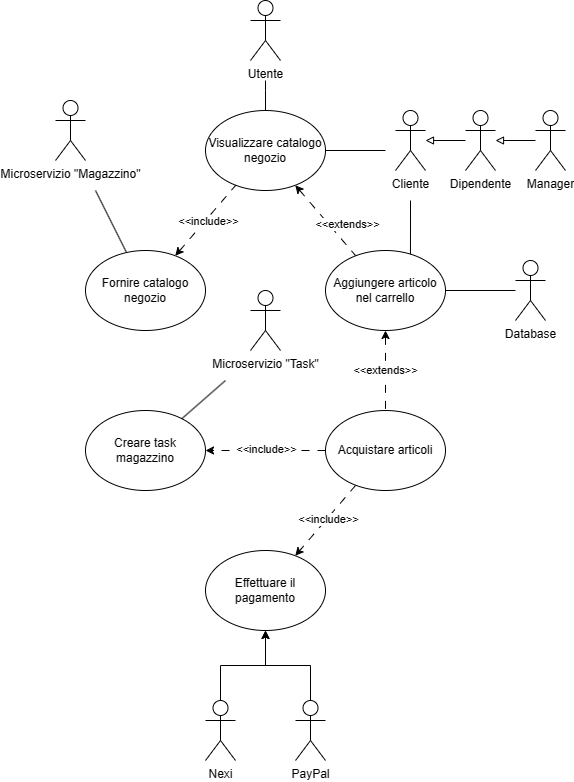
Before: second-deliverable/images/UCD/RF3+5_negozio_UCD.png, a diagram exported from draw.io (IS-FixMi/Documentation-Source). Source tidied: cells renumbered, new cells last; positions are measured from the earlier drawing's top-left corner, leaving out a move shared by most shapes. Source of this version:
```xml
<mxGraphModel>
  <root>
    <mxCell id="0" />
    <mxCell id="1" parent="0" />
    <mxCell id="2" value="&amp;lt;&amp;lt;extends&amp;gt;&amp;gt;" style="rounded=0;jettySize=auto;html=1;startArrow=classic;startFill=1;endArrow=none;endFill=0;dashed=1;dashPattern=8 8;" parent="1" edge="1" source="4" target="16">
      <mxGeometry x="0.37" y="14" relative="1" as="geometry" />
    </mxCell>
    <mxCell id="3" style="edgeStyle=orthogonalEdgeStyle;rounded=0;jettySize=auto;html=1;endArrow=none;endFill=0;" parent="1" edge="1" source="4">
      <mxGeometry relative="1" as="geometry">
        <mxPoint x="210" y="80" as="targetPoint" />
      </mxGeometry>
    </mxCell>
    <mxCell id="4" value="Visualizzare catalogo negozio" style="ellipse;whiteSpace=wrap;html=1;" parent="1" vertex="1">
      <mxGeometry x="150" y="110" width="120" height="80" as="geometry" />
    </mxCell>
    <mxCell id="5" style="rounded=0;jettySize=auto;html=1;entryX=0.708;entryY=0.125;entryDx=0;entryDy=0;entryPerimeter=0;endArrow=none;endFill=0;" parent="1" edge="1" target="16">
      <mxGeometry relative="1" as="geometry">
        <mxPoint x="355" y="200" as="sourcePoint" />
      </mxGeometry>
    </mxCell>
    <mxCell id="6" style="rounded=0;jettySize=auto;html=1;endArrow=none;endFill=0;" parent="1" edge="1" target="4">
      <mxGeometry relative="1" as="geometry">
        <mxPoint x="330" y="150" as="sourcePoint" />
      </mxGeometry>
    </mxCell>
    <mxCell id="7" value="Cliente" style="shape=umlActor;verticalLabelPosition=bottom;verticalAlign=top;html=1;outlineConnect=0;" parent="1" vertex="1">
      <mxGeometry x="340" y="110" width="30" height="60" as="geometry" />
    </mxCell>
    <mxCell id="8" style="edgeStyle=orthogonalEdgeStyle;rounded=0;jettySize=auto;html=1;endArrow=block;endFill=0;" parent="1" edge="1" source="9" target="7">
      <mxGeometry relative="1" as="geometry" />
    </mxCell>
    <mxCell id="9" value="Dipendente" style="shape=umlActor;verticalLabelPosition=bottom;verticalAlign=top;html=1;outlineConnect=0;" parent="1" vertex="1">
      <mxGeometry x="410" y="110" width="30" height="60" as="geometry" />
    </mxCell>
    <mxCell id="10" style="edgeStyle=orthogonalEdgeStyle;rounded=0;jettySize=auto;html=1;endArrow=block;endFill=0;" parent="1" edge="1" source="11" target="9">
      <mxGeometry relative="1" as="geometry" />
    </mxCell>
    <mxCell id="11" value="Manager" style="shape=umlActor;verticalLabelPosition=bottom;verticalAlign=top;html=1;outlineConnect=0;" parent="1" vertex="1">
      <mxGeometry x="480" y="110" width="30" height="60" as="geometry" />
    </mxCell>
    <mxCell id="12" style="rounded=0;jettySize=auto;html=1;startArrow=classic;startFill=1;endArrow=none;endFill=0;dashed=1;dashPattern=8 8;" parent="1" edge="1" source="16" target="21">
      <mxGeometry relative="1" as="geometry" />
    </mxCell>
    <mxCell id="13" value="&amp;lt;&amp;lt;extends&amp;gt;&amp;gt;" style="edgeLabel;html=1;align=center;verticalAlign=middle;" parent="12" vertex="1">
      <mxGeometry x="0.17" y="-2" relative="1" as="geometry">
        <mxPoint x="2" y="-7" as="offset" />
      </mxGeometry>
    </mxCell>
    <mxCell id="14" style="rounded=0;jettySize=auto;html=1;dashed=1;dashPattern=8 8;" parent="1" edge="1" source="21" target="22">
      <mxGeometry relative="1" as="geometry" />
    </mxCell>
    <mxCell id="15" value="&amp;lt;&amp;lt;include&amp;gt;&amp;gt;" style="edgeLabel;html=1;align=center;verticalAlign=middle;" parent="14" vertex="1">
      <mxGeometry x="-0.07" y="1" relative="1" as="geometry">
        <mxPoint x="-4" y="-2" as="offset" />
      </mxGeometry>
    </mxCell>
    <mxCell id="16" value="Aggiungere articolo nel carrello" style="ellipse;whiteSpace=wrap;html=1;" parent="1" vertex="1">
      <mxGeometry x="270" y="250" width="120" height="80" as="geometry" />
    </mxCell>
    <mxCell id="17" style="edgeStyle=orthogonalEdgeStyle;rounded=0;jettySize=auto;html=1;endArrow=none;endFill=0;" parent="1" edge="1" source="18" target="16">
      <mxGeometry relative="1" as="geometry" />
    </mxCell>
    <mxCell id="18" value="Database" style="shape=umlActor;verticalLabelPosition=bottom;verticalAlign=top;html=1;outlineConnect=0;" parent="1" vertex="1">
      <mxGeometry x="460" y="260" width="30" height="60" as="geometry" />
    </mxCell>
    <mxCell id="19" style="rounded=0;jettySize=auto;html=1;dashed=1;dashPattern=8 8;" parent="1" edge="1" source="21" target="23">
      <mxGeometry relative="1" as="geometry" />
    </mxCell>
    <mxCell id="20" value="&amp;lt;&amp;lt;include&amp;gt;&amp;gt;" style="edgeLabel;html=1;align=center;verticalAlign=middle;" parent="19" vertex="1">
      <mxGeometry x="-0.05" y="1" relative="1" as="geometry" />
    </mxCell>
    <mxCell id="21" value="Acquistare articoli" style="ellipse;whiteSpace=wrap;html=1;" parent="1" vertex="1">
      <mxGeometry x="270" y="410" width="120" height="80" as="geometry" />
    </mxCell>
    <mxCell id="22" value="Creare task magazzino" style="ellipse;whiteSpace=wrap;html=1;" parent="1" vertex="1">
      <mxGeometry x="30" y="410" width="120" height="80" as="geometry" />
    </mxCell>
    <mxCell id="23" value="Effettuare il pagamento" style="ellipse;whiteSpace=wrap;html=1;" parent="1" vertex="1">
      <mxGeometry x="150" y="550" width="120" height="80" as="geometry" />
    </mxCell>
    <mxCell id="24" style="edgeStyle=orthogonalEdgeStyle;rounded=0;jettySize=auto;html=1;" parent="1" edge="1" source="25" target="23">
      <mxGeometry relative="1" as="geometry" />
    </mxCell>
    <mxCell id="25" value="PayPal" style="shape=umlActor;verticalLabelPosition=bottom;verticalAlign=top;html=1;outlineConnect=0;" parent="1" vertex="1">
      <mxGeometry x="240" y="700" width="30" height="60" as="geometry" />
    </mxCell>
    <mxCell id="26" style="edgeStyle=orthogonalEdgeStyle;rounded=0;jettySize=auto;html=1;" parent="1" edge="1" source="27" target="23">
      <mxGeometry relative="1" as="geometry" />
    </mxCell>
    <mxCell id="27" value="Nexi" style="shape=umlActor;verticalLabelPosition=bottom;verticalAlign=top;html=1;outlineConnect=0;" parent="1" vertex="1">
      <mxGeometry x="150" y="700" width="30" height="60" as="geometry" />
    </mxCell>
    <mxCell id="28" style="rounded=0;jettySize=auto;html=1;startArrow=classic;startFill=1;endArrow=none;endFill=0;dashed=1;dashPattern=8 8;" parent="1" edge="1" source="30" target="4">
      <mxGeometry relative="1" as="geometry" />
    </mxCell>
    <mxCell id="29" value="&amp;lt;&amp;lt;include&amp;gt;&amp;gt;" style="edgeLabel;html=1;align=center;verticalAlign=middle;" parent="28" vertex="1">
      <mxGeometry x="-0.07" relative="1" as="geometry">
        <mxPoint x="5" y="-2" as="offset" />
      </mxGeometry>
    </mxCell>
    <mxCell id="30" value="Fornire catalogo negozio" style="ellipse;whiteSpace=wrap;html=1;" parent="1" vertex="1">
      <mxGeometry x="30" y="250" width="120" height="80" as="geometry" />
    </mxCell>
    <mxCell id="31" style="rounded=0;jettySize=auto;html=1;endArrow=none;endFill=0;" parent="1" edge="1" target="30">
      <mxGeometry relative="1" as="geometry">
        <mxPoint x="40" y="190" as="sourcePoint" />
      </mxGeometry>
    </mxCell>
    <mxCell id="32" value="Microservizio &quot;Magazzino&quot;" style="shape=umlActor;verticalLabelPosition=bottom;verticalAlign=top;html=1;" parent="1" vertex="1">
      <mxGeometry y="100" width="30" height="60" as="geometry" />
    </mxCell>
    <mxCell id="33" value="Utente" style="shape=umlActor;verticalLabelPosition=bottom;verticalAlign=top;html=1;" parent="1" vertex="1">
      <mxGeometry x="195" width="30" height="60" as="geometry" />
    </mxCell>
    <mxCell id="34" style="rounded=0;jettySize=auto;html=1;endArrow=none;endFill=0;" parent="1" edge="1" target="22">
      <mxGeometry relative="1" as="geometry">
        <mxPoint x="170" y="380" as="sourcePoint" />
      </mxGeometry>
    </mxCell>
    <mxCell id="35" value="Microservizio &quot;Task&quot;" style="shape=umlActor;verticalLabelPosition=bottom;verticalAlign=top;html=1;outlineConnect=0;" parent="1" vertex="1">
      <mxGeometry x="195" y="290" width="30" height="60" as="geometry" />
    </mxCell>
  </root>
</mxGraphModel>
```
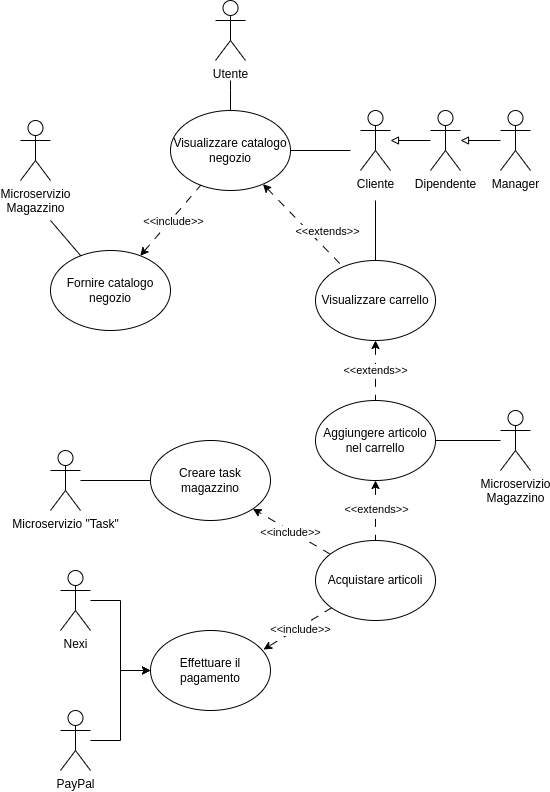
The same file after the commit.

Diff of the diagram source:
```diff
@@ -2,7 +2,7 @@
   <root>
     <mxCell id="0" />
     <mxCell id="1" parent="0" />
-    <mxCell id="2" value="&amp;lt;&amp;lt;extends&amp;gt;&amp;gt;" style="rounded=0;jettySize=auto;html=1;startArrow=classic;startFill=1;endArrow=none;endFill=0;dashed=1;dashPattern=8 8;" parent="1" edge="1" source="4" target="16">
+    <mxCell id="2" value="&amp;lt;&amp;lt;extends&amp;gt;&amp;gt;" style="rounded=0;jettySize=auto;html=1;startArrow=classic;startFill=1;endArrow=none;endFill=0;dashed=1;dashPattern=8 8;" parent="1" edge="1" source="4" target="37">
       <mxGeometry x="0.37" y="14" relative="1" as="geometry" />
     </mxCell>
     <mxCell id="3" style="edgeStyle=orthogonalEdgeStyle;rounded=0;jettySize=auto;html=1;endArrow=none;endFill=0;" parent="1" edge="1" source="4">
@@ -13,10 +13,8 @@
     <mxCell id="4" value="Visualizzare catalogo negozio" style="ellipse;whiteSpace=wrap;html=1;" parent="1" vertex="1">
       <mxGeometry x="150" y="110" width="120" height="80" as="geometry" />
     </mxCell>
-    <mxCell id="5" style="rounded=0;jettySize=auto;html=1;entryX=0.708;entryY=0.125;entryDx=0;entryDy=0;entryPerimeter=0;endArrow=none;endFill=0;" parent="1" edge="1" target="16">
-      <mxGeometry relative="1" as="geometry">
-        <mxPoint x="355" y="200" as="sourcePoint" />
-      </mxGeometry>
+    <mxCell id="5" value="&amp;lt;&amp;lt;extends&amp;gt;&amp;gt;" style="rounded=0;jettySize=auto;html=1;entryX=0.5;entryY=0;entryDx=0;entryDy=0;endArrow=none;endFill=0;startArrow=classic;startFill=1;dashed=1;dashPattern=8 8;" parent="1" edge="1" source="37" target="16">
+      <mxGeometry relative="1" as="geometry" />
     </mxCell>
     <mxCell id="6" style="rounded=0;jettySize=auto;html=1;endArrow=none;endFill=0;" parent="1" edge="1" target="4">
       <mxGeometry relative="1" as="geometry">
@@ -46,7 +44,7 @@
         <mxPoint x="2" y="-7" as="offset" />
       </mxGeometry>
     </mxCell>
-    <mxCell id="14" style="rounded=0;jettySize=auto;html=1;dashed=1;dashPattern=8 8;" parent="1" edge="1" source="21" target="22">
+    <mxCell id="14" style="rounded=0;jettySize=auto;html=1;dashed=1;dashPattern=8 8;entryX=1;entryY=1;entryDx=0;entryDy=0;" parent="1" edge="1" source="21" target="22">
       <mxGeometry relative="1" as="geometry" />
     </mxCell>
     <mxCell id="15" value="&amp;lt;&amp;lt;include&amp;gt;&amp;gt;" style="edgeLabel;html=1;align=center;verticalAlign=middle;" parent="14" vertex="1">
@@ -55,40 +53,40 @@
       </mxGeometry>
     </mxCell>
     <mxCell id="16" value="Aggiungere articolo nel carrello" style="ellipse;whiteSpace=wrap;html=1;" parent="1" vertex="1">
-      <mxGeometry x="270" y="250" width="120" height="80" as="geometry" />
+      <mxGeometry x="295" y="400" width="120" height="80" as="geometry" />
     </mxCell>
     <mxCell id="17" style="edgeStyle=orthogonalEdgeStyle;rounded=0;jettySize=auto;html=1;endArrow=none;endFill=0;" parent="1" edge="1" source="18" target="16">
       <mxGeometry relative="1" as="geometry" />
     </mxCell>
-    <mxCell id="18" value="Database" style="shape=umlActor;verticalLabelPosition=bottom;verticalAlign=top;html=1;outlineConnect=0;" parent="1" vertex="1">
-      <mxGeometry x="460" y="260" width="30" height="60" as="geometry" />
+    <mxCell id="18" value="Microservizio&lt;br&gt;Magazzino" style="shape=umlActor;verticalLabelPosition=bottom;verticalAlign=top;html=1;outlineConnect=0;" parent="1" vertex="1">
+      <mxGeometry x="480" y="410" width="30" height="60" as="geometry" />
     </mxCell>
-    <mxCell id="19" style="rounded=0;jettySize=auto;html=1;dashed=1;dashPattern=8 8;" parent="1" edge="1" source="21" target="23">
+    <mxCell id="19" style="rounded=0;jettySize=auto;html=1;dashed=1;dashPattern=8 8;entryX=0.942;entryY=0.238;entryDx=0;entryDy=0;entryPerimeter=0;" parent="1" edge="1" source="21" target="23">
       <mxGeometry relative="1" as="geometry" />
     </mxCell>
     <mxCell id="20" value="&amp;lt;&amp;lt;include&amp;gt;&amp;gt;" style="edgeLabel;html=1;align=center;verticalAlign=middle;" parent="19" vertex="1">
       <mxGeometry x="-0.05" y="1" relative="1" as="geometry" />
     </mxCell>
     <mxCell id="21" value="Acquistare articoli" style="ellipse;whiteSpace=wrap;html=1;" parent="1" vertex="1">
-      <mxGeometry x="270" y="410" width="120" height="80" as="geometry" />
+      <mxGeometry x="295" y="540" width="120" height="80" as="geometry" />
     </mxCell>
     <mxCell id="22" value="Creare task magazzino" style="ellipse;whiteSpace=wrap;html=1;" parent="1" vertex="1">
-      <mxGeometry x="30" y="410" width="120" height="80" as="geometry" />
+      <mxGeometry x="130" y="440" width="120" height="80" as="geometry" />
     </mxCell>
     <mxCell id="23" value="Effettuare il pagamento" style="ellipse;whiteSpace=wrap;html=1;" parent="1" vertex="1">
-      <mxGeometry x="150" y="550" width="120" height="80" as="geometry" />
+      <mxGeometry x="130" y="630" width="120" height="80" as="geometry" />
     </mxCell>
     <mxCell id="24" style="edgeStyle=orthogonalEdgeStyle;rounded=0;jettySize=auto;html=1;" parent="1" edge="1" source="25" target="23">
       <mxGeometry relative="1" as="geometry" />
     </mxCell>
     <mxCell id="25" value="PayPal" style="shape=umlActor;verticalLabelPosition=bottom;verticalAlign=top;html=1;outlineConnect=0;" parent="1" vertex="1">
-      <mxGeometry x="240" y="700" width="30" height="60" as="geometry" />
+      <mxGeometry x="40" y="710" width="30" height="60" as="geometry" />
     </mxCell>
     <mxCell id="26" style="edgeStyle=orthogonalEdgeStyle;rounded=0;jettySize=auto;html=1;" parent="1" edge="1" source="27" target="23">
       <mxGeometry relative="1" as="geometry" />
     </mxCell>
     <mxCell id="27" value="Nexi" style="shape=umlActor;verticalLabelPosition=bottom;verticalAlign=top;html=1;outlineConnect=0;" parent="1" vertex="1">
-      <mxGeometry x="150" y="700" width="30" height="60" as="geometry" />
+      <mxGeometry x="40" y="570" width="30" height="60" as="geometry" />
     </mxCell>
     <mxCell id="28" style="rounded=0;jettySize=auto;html=1;startArrow=classic;startFill=1;endArrow=none;endFill=0;dashed=1;dashPattern=8 8;" parent="1" edge="1" source="30" target="4">
       <mxGeometry relative="1" as="geometry" />
@@ -103,22 +101,28 @@
     </mxCell>
     <mxCell id="31" style="rounded=0;jettySize=auto;html=1;endArrow=none;endFill=0;" parent="1" edge="1" target="30">
       <mxGeometry relative="1" as="geometry">
-        <mxPoint x="40" y="190" as="sourcePoint" />
+        <mxPoint x="30" y="220" as="sourcePoint" />
       </mxGeometry>
     </mxCell>
-    <mxCell id="32" value="Microservizio &quot;Magazzino&quot;" style="shape=umlActor;verticalLabelPosition=bottom;verticalAlign=top;html=1;" parent="1" vertex="1">
-      <mxGeometry y="100" width="30" height="60" as="geometry" />
+    <mxCell id="32" value="Microservizio&lt;br&gt;Magazzino" style="shape=umlActor;verticalLabelPosition=bottom;verticalAlign=top;html=1;" parent="1" vertex="1">
+      <mxGeometry y="120" width="30" height="60" as="geometry" />
     </mxCell>
     <mxCell id="33" value="Utente" style="shape=umlActor;verticalLabelPosition=bottom;verticalAlign=top;html=1;" parent="1" vertex="1">
       <mxGeometry x="195" width="30" height="60" as="geometry" />
     </mxCell>
-    <mxCell id="34" style="rounded=0;jettySize=auto;html=1;endArrow=none;endFill=0;" parent="1" edge="1" target="22">
-      <mxGeometry relative="1" as="geometry">
-        <mxPoint x="170" y="380" as="sourcePoint" />
-      </mxGeometry>
+    <mxCell id="34" style="rounded=0;jettySize=auto;html=1;endArrow=none;endFill=0;" parent="1" edge="1" source="35" target="22">
+      <mxGeometry relative="1" as="geometry" />
     </mxCell>
     <mxCell id="35" value="Microservizio &quot;Task&quot;" style="shape=umlActor;verticalLabelPosition=bottom;verticalAlign=top;html=1;outlineConnect=0;" parent="1" vertex="1">
-      <mxGeometry x="195" y="290" width="30" height="60" as="geometry" />
+      <mxGeometry x="30" y="450" width="30" height="60" as="geometry" />
     </mxCell>
+    <mxCell id="36" style="rounded=0;jettySize=auto;html=1;entryX=0.5;entryY=0;entryDx=0;entryDy=0;endArrow=none;endFill=0;" parent="1" edge="1" target="37">
+      <mxGeometry relative="1" as="geometry">
+        <mxPoint x="355" y="200" as="sourcePoint" />
+      </mxGeometry>
+    </mxCell>
+    <mxCell id="37" value="Visualizzare carrello" style="ellipse;whiteSpace=wrap;html=1;" parent="1" vertex="1">
+      <mxGeometry x="295" y="260" width="120" height="80" as="geometry" />
+    </mxCell>
   </root>
 </mxGraphModel>
```
